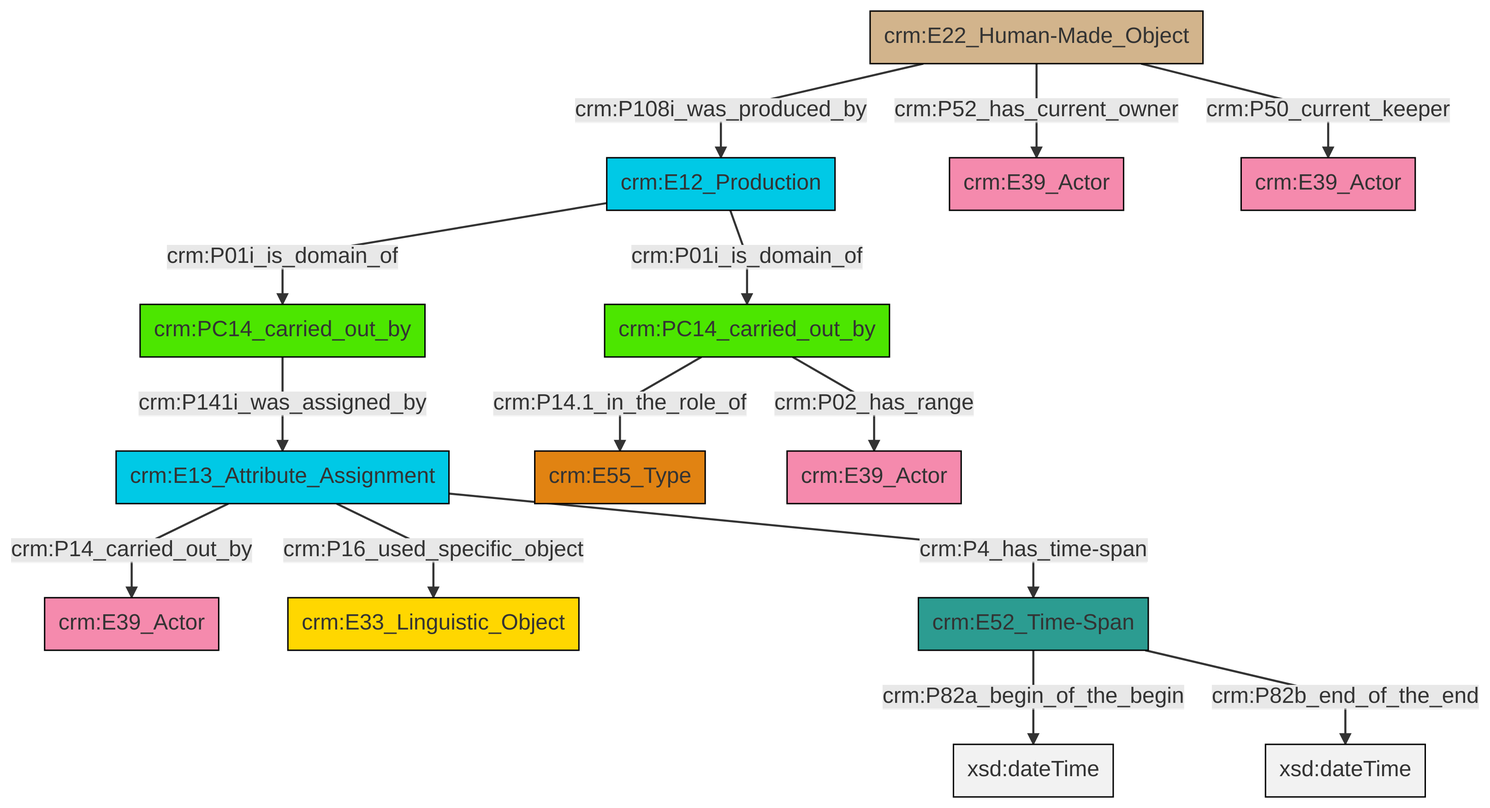
This is et/carrierCSV/ttl/mmd/png/carrier_relations.png from swiss-art-research-net/docs.swissartresearch, a Mermaid export, as it was before one commit. Its source is kept beside it as et/carrierCSV/ttl/mmd/carrier_relations.ttl.mmd.
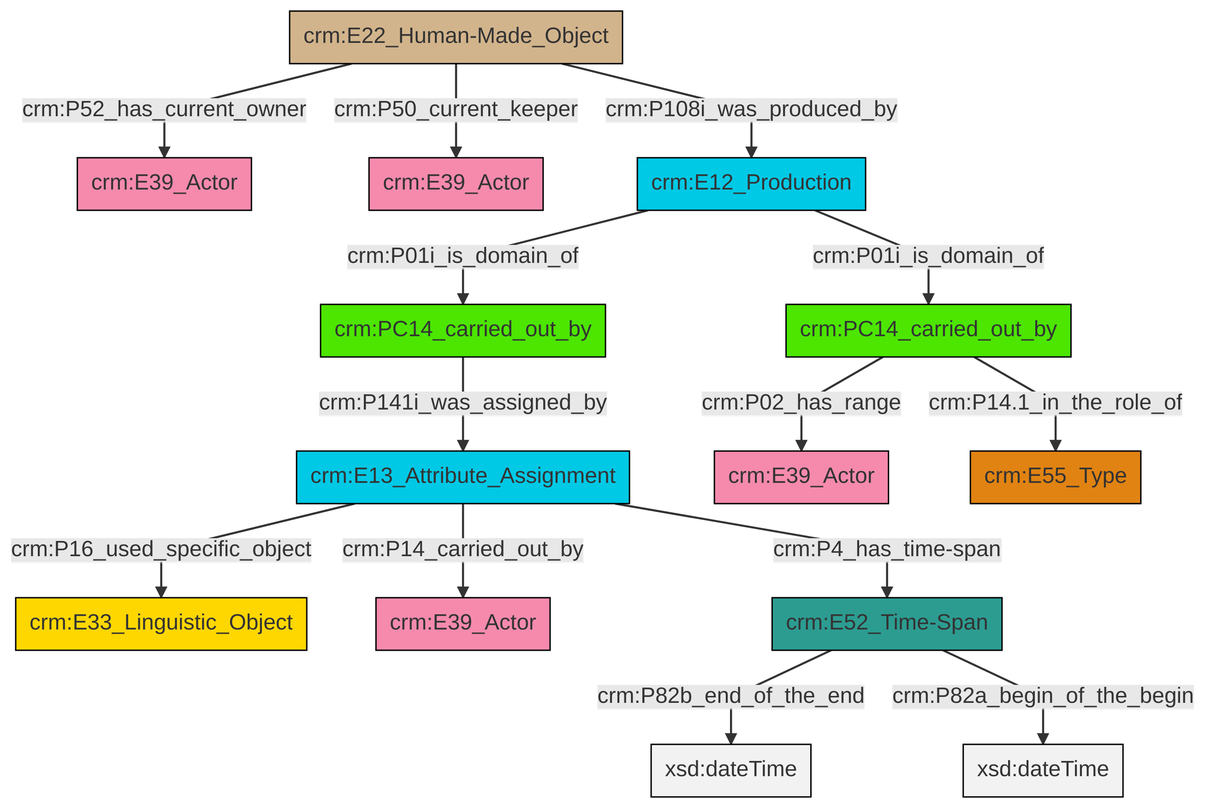
The same diagram one commit later.

What changed in the source:
```diff
@@ -13,16 +13,16 @@
 classDef PC_Classes fill:#4ce600, stroke:#000000;
 classDef Multi fill:#cccccc,stroke:#000000;
 
-0["crm:E12_Production"]:::Temporal_Entity -->|crm:P01i_is_domain_of| 1["crm:PC14_carried_out_by"]:::PC_Classes
-2["crm:E22_Human-Made_Object"]:::Physical_Thing -->|crm:P52_has_current_owner| 3["crm:E39_Actor"]:::Actor
-7["crm:E13_Attribute_Assignment"]:::Temporal_Entity -->|crm:P14_carried_out_by| 4["crm:E39_Actor"]:::Actor
-7["crm:E13_Attribute_Assignment"]:::Temporal_Entity -->|crm:P16_used_specific_object| 13["crm:E33_Linguistic_Object"]:::Conceptual_Object
-14["crm:PC14_carried_out_by"]:::PC_Classes -->|crm:P141i_was_assigned_by| 7["crm:E13_Attribute_Assignment"]:::Temporal_Entity
-2["crm:E22_Human-Made_Object"]:::Physical_Thing -->|crm:P108i_was_produced_by| 0["crm:E12_Production"]:::Temporal_Entity
-1["crm:PC14_carried_out_by"]:::PC_Classes -->|crm:P14.1_in_the_role_of| 9["crm:E55_Type"]:::Type
-1["crm:PC14_carried_out_by"]:::PC_Classes -->|crm:P02_has_range| 15["crm:E39_Actor"]:::Actor
-0["crm:E12_Production"]:::Temporal_Entity -->|crm:P01i_is_domain_of| 14["crm:PC14_carried_out_by"]:::PC_Classes
-18["crm:E52_Time-Span"]:::Time-Span -->|crm:P82a_begin_of_the_begin| 19[xsd:dateTime]:::Literal
-2["crm:E22_Human-Made_Object"]:::Physical_Thing -->|crm:P50_current_keeper| 20["crm:E39_Actor"]:::Actor
-7["crm:E13_Attribute_Assignment"]:::Temporal_Entity -->|crm:P4_has_time-span| 18["crm:E52_Time-Span"]:::Time-Span
-18["crm:E52_Time-Span"]:::Time-Span -->|crm:P82b_end_of_the_end| 24[xsd:dateTime]:::Literal
+0["crm:E13_Attribute_Assignment"]:::Temporal_Entity -->|crm:P16_used_specific_object| 1["crm:E33_Linguistic_Object"]:::Conceptual_Object
+2["crm:PC14_carried_out_by"]:::PC_Classes -->|crm:P02_has_range| 3["crm:E39_Actor"]:::Actor
+2["crm:PC14_carried_out_by"]:::PC_Classes -->|crm:P14.1_in_the_role_of| 4["crm:E55_Type"]:::Type
+5["crm:E22_Human-Made_Object"]:::Physical_Thing -->|crm:P52_has_current_owner| 6["crm:E39_Actor"]:::Actor
+0["crm:E13_Attribute_Assignment"]:::Temporal_Entity -->|crm:P14_carried_out_by| 9["crm:E39_Actor"]:::Actor
+0["crm:E13_Attribute_Assignment"]:::Temporal_Entity -->|crm:P4_has_time-span| 10["crm:E52_Time-Span"]:::Time-Span
+12["crm:PC14_carried_out_by"]:::PC_Classes -->|crm:P141i_was_assigned_by| 0["crm:E13_Attribute_Assignment"]:::Temporal_Entity
+10["crm:E52_Time-Span"]:::Time-Span -->|crm:P82b_end_of_the_end| 14[xsd:dateTime]:::Literal
+18["crm:E12_Production"]:::Temporal_Entity -->|crm:P01i_is_domain_of| 12["crm:PC14_carried_out_by"]:::PC_Classes
+5["crm:E22_Human-Made_Object"]:::Physical_Thing -->|crm:P50_current_keeper| 15["crm:E39_Actor"]:::Actor
+10["crm:E52_Time-Span"]:::Time-Span -->|crm:P82a_begin_of_the_begin| 20[xsd:dateTime]:::Literal
+5["crm:E22_Human-Made_Object"]:::Physical_Thing -->|crm:P108i_was_produced_by| 18["crm:E12_Production"]:::Temporal_Entity
+18["crm:E12_Production"]:::Temporal_Entity -->|crm:P01i_is_domain_of| 2["crm:PC14_carried_out_by"]:::PC_Classes
```
